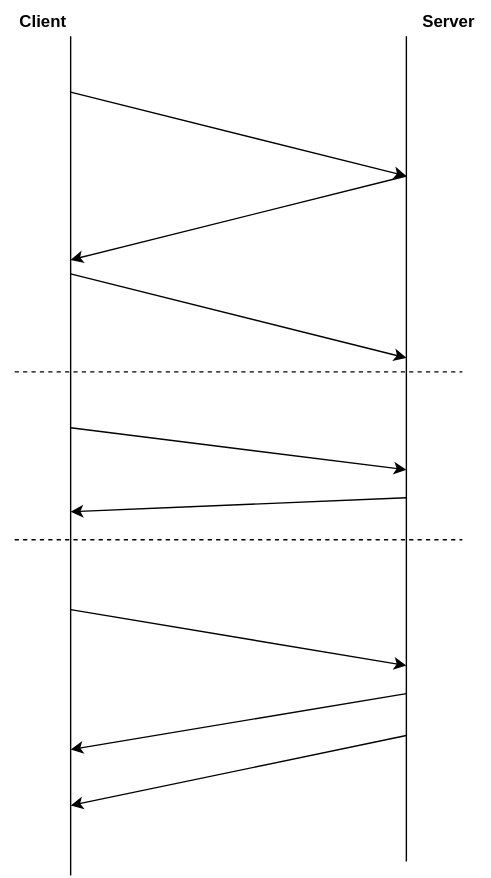
Earlier version of the draw.io export tcp/tcp.svg (vaniot-s/picture). Source tidied: cells renumbered, new cells last; positions are measured from the earlier drawing's top-left corner, leaving out a move shared by most shapes. Its diagram source:
```xml
<mxGraphModel>
  <root>
    <mxCell id="0" />
    <mxCell id="1" parent="0" />
    <mxCell id="2" style="endArrow=none;html=1;rounded=0;" parent="1" edge="1">
      <mxGeometry relative="1" as="geometry">
        <mxPoint x="50" y="625" as="sourcePoint" />
        <mxPoint x="50" y="25" as="targetPoint" />
      </mxGeometry>
    </mxCell>
    <mxCell id="3" style="endArrow=none;html=1;rounded=0;" parent="1" edge="1">
      <mxGeometry relative="1" as="geometry">
        <mxPoint x="290" y="615" as="sourcePoint" />
        <mxPoint x="290" y="25" as="targetPoint" />
      </mxGeometry>
    </mxCell>
    <mxCell id="4" style="endArrow=none;dashed=1;html=1;rounded=0;" parent="1" edge="1">
      <mxGeometry relative="1" as="geometry">
        <mxPoint x="10" y="265" as="sourcePoint" />
        <mxPoint x="330" y="265" as="targetPoint" />
      </mxGeometry>
    </mxCell>
    <mxCell id="5" style="endArrow=classic;html=1;rounded=0;" parent="1" edge="1">
      <mxGeometry relative="1" as="geometry">
        <mxPoint x="50" y="65" as="sourcePoint" />
        <mxPoint x="290" y="125" as="targetPoint" />
      </mxGeometry>
    </mxCell>
    <mxCell id="6" style="endArrow=classic;html=1;rounded=0;" parent="1" edge="1">
      <mxGeometry relative="1" as="geometry">
        <mxPoint x="290" y="125" as="sourcePoint" />
        <mxPoint x="50" y="185" as="targetPoint" />
      </mxGeometry>
    </mxCell>
    <mxCell id="7" style="endArrow=classic;html=1;rounded=0;" parent="1" edge="1">
      <mxGeometry relative="1" as="geometry">
        <mxPoint x="50" y="195" as="sourcePoint" />
        <mxPoint x="290" y="255" as="targetPoint" />
      </mxGeometry>
    </mxCell>
    <mxCell id="8" style="endArrow=none;dashed=1;html=1;rounded=0;" parent="1" edge="1">
      <mxGeometry relative="1" as="geometry">
        <mxPoint x="10" y="385" as="sourcePoint" />
        <mxPoint x="330" y="385" as="targetPoint" />
      </mxGeometry>
    </mxCell>
    <mxCell id="9" style="endArrow=classic;html=1;rounded=0;" parent="1" edge="1">
      <mxGeometry relative="1" as="geometry">
        <mxPoint x="50" y="435" as="sourcePoint" />
        <mxPoint x="290" y="475" as="targetPoint" />
      </mxGeometry>
    </mxCell>
    <mxCell id="10" style="endArrow=classic;html=1;rounded=0;" parent="1" edge="1">
      <mxGeometry relative="1" as="geometry">
        <mxPoint x="290" y="495" as="sourcePoint" />
        <mxPoint x="50" y="535" as="targetPoint" />
      </mxGeometry>
    </mxCell>
    <mxCell id="11" style="endArrow=classic;html=1;rounded=0;" parent="1" edge="1">
      <mxGeometry relative="1" as="geometry">
        <mxPoint x="290" y="525" as="sourcePoint" />
        <mxPoint x="50" y="575" as="targetPoint" />
      </mxGeometry>
    </mxCell>
    <mxCell id="12" style="endArrow=classic;html=1;rounded=0;" parent="1" edge="1">
      <mxGeometry relative="1" as="geometry">
        <mxPoint x="50" y="305" as="sourcePoint" />
        <mxPoint x="290" y="335" as="targetPoint" />
      </mxGeometry>
    </mxCell>
    <mxCell id="13" style="endArrow=classic;html=1;rounded=0;" parent="1" edge="1">
      <mxGeometry relative="1" as="geometry">
        <mxPoint x="290" y="355" as="sourcePoint" />
        <mxPoint x="50" y="365" as="targetPoint" />
      </mxGeometry>
    </mxCell>
    <mxCell id="14" value="&lt;b&gt;Client&lt;/b&gt;" style="text;html=1;align=center;verticalAlign=middle;fillColor=none;strokeColor=none;rounded=0;" parent="1" vertex="1">
      <mxGeometry width="60" height="30" as="geometry" />
    </mxCell>
    <mxCell id="15" value="&lt;b&gt;Server&lt;/b&gt;" style="text;html=1;align=center;verticalAlign=middle;fillColor=none;strokeColor=none;rounded=0;" parent="1" vertex="1">
      <mxGeometry x="290" width="60" height="30" as="geometry" />
    </mxCell>
  </root>
</mxGraphModel>
```
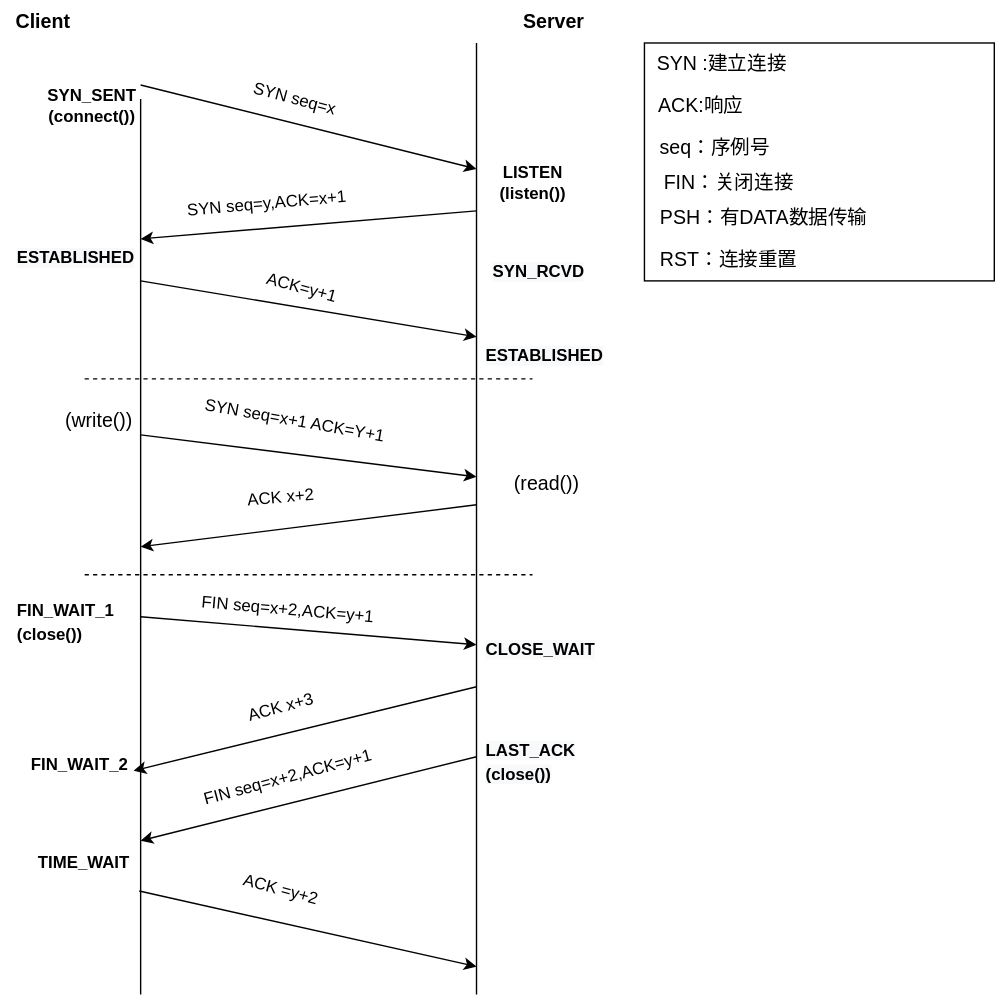
Above is the later version.

What changed in the source:
```diff
@@ -4,13 +4,13 @@
     <mxCell id="1" parent="0" />
     <mxCell id="2" style="endArrow=none;html=1;rounded=0;" parent="1" edge="1">
       <mxGeometry relative="1" as="geometry">
-        <mxPoint x="50" y="625" as="sourcePoint" />
-        <mxPoint x="50" y="25" as="targetPoint" />
+        <mxPoint x="50" y="705" as="sourcePoint" />
+        <mxPoint x="50" y="65" as="targetPoint" />
       </mxGeometry>
     </mxCell>
     <mxCell id="3" style="endArrow=none;html=1;rounded=0;" parent="1" edge="1">
       <mxGeometry relative="1" as="geometry">
-        <mxPoint x="290" y="615" as="sourcePoint" />
+        <mxPoint x="290" y="705" as="sourcePoint" />
         <mxPoint x="290" y="25" as="targetPoint" />
       </mxGeometry>
     </mxCell>
@@ -22,44 +22,44 @@
     </mxCell>
     <mxCell id="5" style="endArrow=classic;html=1;rounded=0;" parent="1" edge="1">
       <mxGeometry relative="1" as="geometry">
-        <mxPoint x="50" y="65" as="sourcePoint" />
-        <mxPoint x="290" y="125" as="targetPoint" />
+        <mxPoint x="50" y="55" as="sourcePoint" />
+        <mxPoint x="290" y="115" as="targetPoint" />
       </mxGeometry>
     </mxCell>
     <mxCell id="6" style="endArrow=classic;html=1;rounded=0;" parent="1" edge="1">
       <mxGeometry relative="1" as="geometry">
-        <mxPoint x="290" y="125" as="sourcePoint" />
-        <mxPoint x="50" y="185" as="targetPoint" />
+        <mxPoint x="290" y="145" as="sourcePoint" />
+        <mxPoint x="50" y="165" as="targetPoint" />
       </mxGeometry>
     </mxCell>
     <mxCell id="7" style="endArrow=classic;html=1;rounded=0;" parent="1" edge="1">
       <mxGeometry relative="1" as="geometry">
         <mxPoint x="50" y="195" as="sourcePoint" />
-        <mxPoint x="290" y="255" as="targetPoint" />
+        <mxPoint x="290" y="235" as="targetPoint" />
       </mxGeometry>
     </mxCell>
     <mxCell id="8" style="endArrow=none;dashed=1;html=1;rounded=0;" parent="1" edge="1">
       <mxGeometry relative="1" as="geometry">
-        <mxPoint x="10" y="385" as="sourcePoint" />
-        <mxPoint x="330" y="385" as="targetPoint" />
+        <mxPoint x="10" y="405" as="sourcePoint" />
+        <mxPoint x="330" y="405" as="targetPoint" />
       </mxGeometry>
     </mxCell>
     <mxCell id="9" style="endArrow=classic;html=1;rounded=0;" parent="1" edge="1">
       <mxGeometry relative="1" as="geometry">
         <mxPoint x="50" y="435" as="sourcePoint" />
-        <mxPoint x="290" y="475" as="targetPoint" />
+        <mxPoint x="290" y="455" as="targetPoint" />
       </mxGeometry>
     </mxCell>
     <mxCell id="10" style="endArrow=classic;html=1;rounded=0;" parent="1" edge="1">
       <mxGeometry relative="1" as="geometry">
-        <mxPoint x="290" y="495" as="sourcePoint" />
-        <mxPoint x="50" y="535" as="targetPoint" />
+        <mxPoint x="290" y="485" as="sourcePoint" />
+        <mxPoint x="45" y="545" as="targetPoint" />
       </mxGeometry>
     </mxCell>
     <mxCell id="11" style="endArrow=classic;html=1;rounded=0;" parent="1" edge="1">
       <mxGeometry relative="1" as="geometry">
-        <mxPoint x="290" y="525" as="sourcePoint" />
-        <mxPoint x="50" y="575" as="targetPoint" />
+        <mxPoint x="290" y="535" as="sourcePoint" />
+        <mxPoint x="50" y="595" as="targetPoint" />
       </mxGeometry>
     </mxCell>
     <mxCell id="12" style="endArrow=classic;html=1;rounded=0;" parent="1" edge="1">
@@ -71,14 +71,106 @@
     <mxCell id="13" style="endArrow=classic;html=1;rounded=0;" parent="1" edge="1">
       <mxGeometry relative="1" as="geometry">
         <mxPoint x="290" y="355" as="sourcePoint" />
-        <mxPoint x="50" y="365" as="targetPoint" />
+        <mxPoint x="50" y="385" as="targetPoint" />
       </mxGeometry>
     </mxCell>
-    <mxCell id="14" value="&lt;b&gt;Client&lt;/b&gt;" style="text;html=1;align=center;verticalAlign=middle;fillColor=none;strokeColor=none;rounded=0;" parent="1" vertex="1">
-      <mxGeometry width="60" height="30" as="geometry" />
+    <mxCell id="14" value="&lt;b&gt;&lt;font style=&quot;font-size: 14px;&quot;&gt;Client&lt;/font&gt;&lt;/b&gt;" style="text;html=1;align=center;verticalAlign=middle;fillColor=none;strokeColor=none;rounded=0;" parent="1" vertex="1">
+      <mxGeometry x="-50" y="-5" width="60" height="30" as="geometry" />
     </mxCell>
-    <mxCell id="15" value="&lt;b&gt;Server&lt;/b&gt;" style="text;html=1;align=center;verticalAlign=middle;fillColor=none;strokeColor=none;rounded=0;" parent="1" vertex="1">
-      <mxGeometry x="290" width="60" height="30" as="geometry" />
+    <mxCell id="15" value="&lt;b&gt;&lt;font style=&quot;font-size: 14px;&quot;&gt;Server&lt;/font&gt;&lt;/b&gt;" style="text;html=1;align=center;verticalAlign=middle;fillColor=none;strokeColor=none;rounded=0;" parent="1" vertex="1">
+      <mxGeometry x="310" y="-5" width="70" height="30" as="geometry" />
     </mxCell>
+    <mxCell id="16" value="&lt;b&gt;SYN_SENT&lt;br&gt;(connect())&lt;/b&gt;" style="text;html=1;align=center;verticalAlign=middle;fillColor=none;strokeColor=none;rounded=0;" parent="1" vertex="1">
+      <mxGeometry x="-30" y="50" width="90" height="40" as="geometry" />
+    </mxCell>
+    <mxCell id="17" value="SYN seq=x" style="text;html=1;align=center;verticalAlign=middle;fillColor=none;strokeColor=none;rounded=0;rotation=15;" parent="1" vertex="1">
+      <mxGeometry x="120" y="50" width="80" height="30" as="geometry" />
+    </mxCell>
+    <mxCell id="18" value="&lt;b&gt;LISTEN&lt;br&gt;(listen())&lt;/b&gt;" style="text;html=1;align=center;verticalAlign=middle;fillColor=none;strokeColor=none;rounded=0;" parent="1" vertex="1">
+      <mxGeometry x="295" y="105" width="70" height="40" as="geometry" />
+    </mxCell>
+    <mxCell id="19" value="&lt;b style=&quot;color: rgb(0, 0, 0); font-family: Helvetica; font-size: 12px; font-style: normal; font-variant-ligatures: normal; font-variant-caps: normal; letter-spacing: normal; orphans: 2; text-align: center; text-indent: 0px; text-transform: none; widows: 2; word-spacing: 0px; -webkit-text-stroke-width: 0px; background-color: rgb(248, 249, 250); text-decoration-thickness: initial; text-decoration-style: initial; text-decoration-color: initial;&quot;&gt;SYN_RCVD&lt;br&gt;&lt;/b&gt;" style="text;whiteSpace=wrap;html=1;" parent="1" vertex="1">
+      <mxGeometry x="300" y="175" width="80" height="30" as="geometry" />
+    </mxCell>
+    <mxCell id="20" style="edgeStyle=orthogonalEdgeStyle;rounded=0;orthogonalLoop=1;jettySize=auto;html=1;exitX=0.5;exitY=1;exitDx=0;exitDy=0;" parent="1" edge="1" source="19" target="19">
+      <mxGeometry relative="1" as="geometry" />
+    </mxCell>
+    <mxCell id="21" value="SYN seq=y,ACK=x+1" style="text;html=1;align=center;verticalAlign=middle;fillColor=none;strokeColor=none;rounded=0;rotation=-5;" parent="1" vertex="1">
+      <mxGeometry x="75" y="125" width="130" height="30" as="geometry" />
+    </mxCell>
+    <mxCell id="22" value="ACK=y+1" style="text;html=1;align=center;verticalAlign=middle;fillColor=none;strokeColor=none;rounded=0;rotation=15;" parent="1" vertex="1">
+      <mxGeometry x="130" y="185" width="70" height="30" as="geometry" />
+    </mxCell>
+    <mxCell id="23" value="&lt;b style=&quot;color: rgb(0, 0, 0); font-family: Helvetica; font-size: 12px; font-style: normal; font-variant-ligatures: normal; font-variant-caps: normal; letter-spacing: normal; orphans: 2; text-align: center; text-indent: 0px; text-transform: none; widows: 2; word-spacing: 0px; -webkit-text-stroke-width: 0px; background-color: rgb(248, 249, 250); text-decoration-thickness: initial; text-decoration-style: initial; text-decoration-color: initial;&quot;&gt;ESTABLISHED&lt;br&gt;&lt;/b&gt;" style="text;whiteSpace=wrap;html=1;" parent="1" vertex="1">
+      <mxGeometry x="295" y="235" width="80" height="30" as="geometry" />
+    </mxCell>
+    <mxCell id="24" value="&lt;b style=&quot;color: rgb(0, 0, 0); font-family: Helvetica; font-size: 12px; font-style: normal; font-variant-ligatures: normal; font-variant-caps: normal; letter-spacing: normal; orphans: 2; text-align: center; text-indent: 0px; text-transform: none; widows: 2; word-spacing: 0px; -webkit-text-stroke-width: 0px; background-color: rgb(248, 249, 250); text-decoration-thickness: initial; text-decoration-style: initial; text-decoration-color: initial;&quot;&gt;ESTABLISHED&lt;br&gt;&lt;/b&gt;" style="text;whiteSpace=wrap;html=1;" parent="1" vertex="1">
+      <mxGeometry x="-40" y="165" width="80" height="30" as="geometry" />
+    </mxCell>
+    <mxCell id="25" value="(write())" style="text;html=1;align=center;verticalAlign=middle;fillColor=none;strokeColor=none;rounded=0;fontSize=14;" parent="1" vertex="1">
+      <mxGeometry x="-20" y="280" width="80" height="30" as="geometry" />
+    </mxCell>
+    <mxCell id="26" value="SYN seq=x+1 ACK=Y+1" style="text;html=1;align=center;verticalAlign=middle;fillColor=none;strokeColor=none;rounded=0;rotation=10;" parent="1" vertex="1">
+      <mxGeometry x="85" y="280" width="150" height="30" as="geometry" />
+    </mxCell>
+    <mxCell id="27" style="endArrow=classic;html=1;rounded=0;exitX=0.925;exitY=1.2;exitDx=0;exitDy=0;exitPerimeter=0;" parent="1" edge="1" source="36">
+      <mxGeometry relative="1" as="geometry">
+        <mxPoint x="290" y="685" as="targetPoint" />
+      </mxGeometry>
+    </mxCell>
+    <mxCell id="28" value="(read())" style="text;html=1;align=center;verticalAlign=middle;fillColor=none;strokeColor=none;rounded=0;fontSize=14;" parent="1" vertex="1">
+      <mxGeometry x="305" y="325" width="70" height="30" as="geometry" />
+    </mxCell>
+    <mxCell id="29" value="ACK x+2" style="text;html=1;align=center;verticalAlign=middle;fillColor=none;strokeColor=none;rounded=0;rotation=-5;" parent="1" vertex="1">
+      <mxGeometry x="115" y="335" width="70" height="30" as="geometry" />
+    </mxCell>
+    <mxCell id="30" value="&lt;b style=&quot;font-size: 12px; text-align: center;&quot;&gt;FIN_WAIT_1&lt;br&gt;(close())&lt;/b&gt;" style="text;whiteSpace=wrap;html=1;fontSize=14;" parent="1" vertex="1">
+      <mxGeometry x="-40" y="415" width="80" height="50" as="geometry" />
+    </mxCell>
+    <mxCell id="31" value="&lt;b style=&quot;color: rgb(0, 0, 0); font-family: Helvetica; font-size: 12px; font-style: normal; font-variant-ligatures: normal; font-variant-caps: normal; letter-spacing: normal; orphans: 2; text-align: center; text-indent: 0px; text-transform: none; widows: 2; word-spacing: 0px; -webkit-text-stroke-width: 0px; background-color: rgb(248, 249, 250); text-decoration-thickness: initial; text-decoration-style: initial; text-decoration-color: initial;&quot;&gt;LAST_ACK&lt;br&gt;(close())&lt;/b&gt;" style="text;whiteSpace=wrap;html=1;fontSize=14;" parent="1" vertex="1">
+      <mxGeometry x="295" y="515" width="80" height="50" as="geometry" />
+    </mxCell>
+    <mxCell id="32" value="&lt;b style=&quot;color: rgb(0, 0, 0); font-family: Helvetica; font-size: 12px; font-style: normal; font-variant-ligatures: normal; font-variant-caps: normal; letter-spacing: normal; orphans: 2; text-align: center; text-indent: 0px; text-transform: none; widows: 2; word-spacing: 0px; -webkit-text-stroke-width: 0px; background-color: rgb(248, 249, 250); text-decoration-thickness: initial; text-decoration-style: initial; text-decoration-color: initial;&quot;&gt;CLOSE_WAIT&lt;br&gt;&lt;/b&gt;" style="text;whiteSpace=wrap;html=1;" parent="1" vertex="1">
+      <mxGeometry x="295" y="445" width="80" height="30" as="geometry" />
+    </mxCell>
+    <mxCell id="33" value="ACK x+3" style="text;html=1;align=center;verticalAlign=middle;fillColor=none;strokeColor=none;rounded=0;rotation=-15;" parent="1" vertex="1">
+      <mxGeometry x="115" y="485" width="70" height="30" as="geometry" />
+    </mxCell>
+    <mxCell id="34" value="FIN seq=x+2,ACK=y+1" style="text;html=1;align=center;verticalAlign=middle;fillColor=none;strokeColor=none;rounded=0;rotation=5;" parent="1" vertex="1">
+      <mxGeometry x="85" y="415" width="140" height="30" as="geometry" />
+    </mxCell>
+    <mxCell id="35" value="&lt;b style=&quot;font-size: 12px; text-align: center;&quot;&gt;FIN_WAIT_2&lt;br&gt;&lt;/b&gt;" style="text;whiteSpace=wrap;html=1;fontSize=14;" parent="1" vertex="1">
+      <mxGeometry x="-30" y="525" width="80" height="30" as="geometry" />
+    </mxCell>
+    <mxCell id="36" value="&lt;b style=&quot;font-size: 12px; text-align: center;&quot;&gt;TIME_WAIT&lt;br&gt;&lt;/b&gt;" style="text;whiteSpace=wrap;html=1;fontSize=14;" parent="1" vertex="1">
+      <mxGeometry x="-25" y="595" width="80" height="30" as="geometry" />
+    </mxCell>
+    <mxCell id="37" value="FIN seq=x+2,ACK=y+1" style="text;html=1;align=center;verticalAlign=middle;fillColor=none;strokeColor=none;rounded=0;rotation=-15;" parent="1" vertex="1">
+      <mxGeometry x="85" y="535" width="140" height="30" as="geometry" />
+    </mxCell>
+    <mxCell id="38" value="ACK =y+2" style="text;html=1;align=center;verticalAlign=middle;fillColor=none;strokeColor=none;rounded=0;rotation=15;" parent="1" vertex="1">
+      <mxGeometry x="115" y="615" width="70" height="30" as="geometry" />
+    </mxCell>
+    <mxCell id="39" style="rounded=0;whiteSpace=wrap;html=1;fontSize=14;" parent="1" vertex="1">
+      <mxGeometry x="410" y="25" width="250" height="170" as="geometry" />
+    </mxCell>
+    <mxCell id="40" value="SYN :建立连接" style="text;html=1;align=center;verticalAlign=middle;fillColor=none;strokeColor=none;rounded=0;fontSize=14;" parent="1" vertex="1">
+      <mxGeometry x="410" y="25" width="110" height="30" as="geometry" />
+    </mxCell>
+    <mxCell id="41" value="ACK:响应" style="text;html=1;align=center;verticalAlign=middle;fillColor=none;strokeColor=none;rounded=0;fontSize=14;" parent="1" vertex="1">
+      <mxGeometry x="410" y="55" width="80" height="30" as="geometry" />
+    </mxCell>
+    <mxCell id="42" value="seq：序例号" style="text;html=1;align=center;verticalAlign=middle;fillColor=none;strokeColor=none;rounded=0;fontSize=14;" parent="1" vertex="1">
+      <mxGeometry x="410" y="85" width="100" height="30" as="geometry" />
+    </mxCell>
+    <mxCell id="43" value="FIN：关闭连接" style="text;html=1;align=center;verticalAlign=middle;fillColor=none;strokeColor=none;rounded=0;fontSize=14;" parent="1" vertex="1">
+      <mxGeometry x="410" y="110" width="120" height="30" as="geometry" />
+    </mxCell>
+    <mxCell id="44" value="PSH：有DATA数据传输" style="text;html=1;align=center;verticalAlign=middle;fillColor=none;strokeColor=none;rounded=0;fontSize=14;" parent="1" vertex="1">
+      <mxGeometry x="410" y="135" width="170" height="30" as="geometry" />
+    </mxCell>
+    <mxCell id="45" value="RST：连接重置" style="text;html=1;align=center;verticalAlign=middle;fillColor=none;strokeColor=none;rounded=0;fontSize=14;" parent="1" vertex="1">
+      <mxGeometry x="410" y="165" width="120" height="30" as="geometry" />
+    </mxCell>
   </root>
 </mxGraphModel>
```
